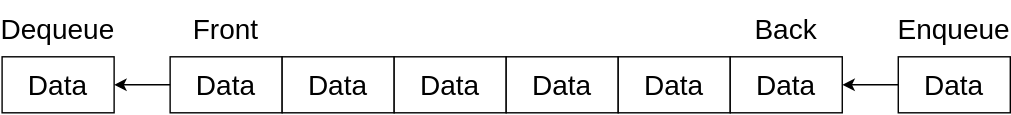
Above: Diagrams/Abstract_Data-Types/Queue.svg in DominicSieli/Computer-Science (draw.io), before the change. Source tidied: cells renumbered, new cells last; positions are measured from the earlier drawing's top-left corner, leaving out a move shared by most shapes.
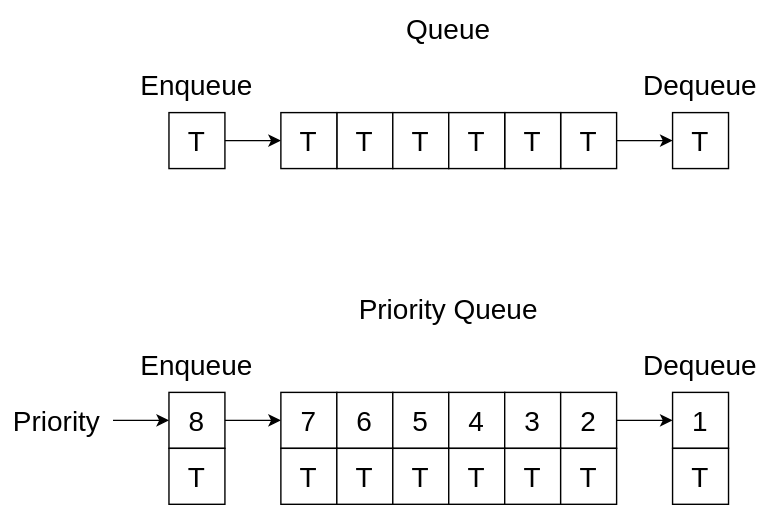
The same diagram one commit later.

The edit, as a diff of the source:
```diff
@@ -2,47 +2,115 @@
   <root>
     <mxCell id="0" />
     <mxCell id="1" parent="0" />
-    <mxCell id="2" value="&lt;font style=&quot;font-size: 20px&quot;&gt;Data&lt;/font&gt;" style="rounded=0;whiteSpace=wrap;html=1;" parent="1" vertex="1">
-      <mxGeometry x="120" y="40" width="80" height="40" as="geometry" />
+    <mxCell id="2" value="&lt;font style=&quot;font-size: 20px&quot;&gt;T&lt;/font&gt;" style="rounded=0;whiteSpace=wrap;html=1;" parent="1" vertex="1">
+      <mxGeometry x="400" y="640" width="40" height="40" as="geometry" />
     </mxCell>
-    <mxCell id="3" value="&lt;font style=&quot;font-size: 20px&quot;&gt;Data&lt;/font&gt;" style="rounded=0;whiteSpace=wrap;html=1;" parent="1" vertex="1">
-      <mxGeometry x="200" y="40" width="80" height="40" as="geometry" />
+    <mxCell id="3" value="&lt;font style=&quot;font-size: 20px&quot;&gt;T&lt;/font&gt;" style="rounded=0;whiteSpace=wrap;html=1;" parent="1" vertex="1">
+      <mxGeometry x="360" y="640" width="40" height="40" as="geometry" />
     </mxCell>
-    <mxCell id="4" value="&lt;font style=&quot;font-size: 20px&quot;&gt;Data&lt;/font&gt;" style="rounded=0;whiteSpace=wrap;html=1;" parent="1" vertex="1">
-      <mxGeometry x="280" y="40" width="80" height="40" as="geometry" />
+    <mxCell id="4" value="&lt;font style=&quot;font-size: 20px&quot;&gt;T&lt;/font&gt;" style="rounded=0;whiteSpace=wrap;html=1;" parent="1" vertex="1">
+      <mxGeometry x="240" y="640" width="40" height="40" as="geometry" />
     </mxCell>
-    <mxCell id="5" value="&lt;font style=&quot;font-size: 20px&quot;&gt;Data&lt;/font&gt;" style="rounded=0;whiteSpace=wrap;html=1;" parent="1" vertex="1">
-      <mxGeometry x="360" y="40" width="80" height="40" as="geometry" />
+    <mxCell id="5" value="&lt;font style=&quot;font-size: 20px&quot;&gt;T&lt;/font&gt;" style="rounded=0;whiteSpace=wrap;html=1;" parent="1" vertex="1">
+      <mxGeometry x="280" y="640" width="40" height="40" as="geometry" />
     </mxCell>
-    <mxCell id="6" value="&lt;font style=&quot;font-size: 20px&quot;&gt;Data&lt;/font&gt;" style="rounded=0;whiteSpace=wrap;html=1;" parent="1" vertex="1">
-      <mxGeometry x="440" y="40" width="80" height="40" as="geometry" />
+    <mxCell id="6" value="&lt;font style=&quot;font-size: 20px&quot;&gt;T&lt;/font&gt;" style="rounded=0;whiteSpace=wrap;html=1;" parent="1" vertex="1">
+      <mxGeometry x="320" y="640" width="40" height="40" as="geometry" />
     </mxCell>
-    <mxCell id="7" value="&lt;font style=&quot;font-size: 20px&quot;&gt;Data&lt;/font&gt;" style="rounded=0;whiteSpace=wrap;html=1;" parent="1" vertex="1">
-      <mxGeometry x="520" y="40" width="80" height="40" as="geometry" />
+    <mxCell id="7" value="&lt;font style=&quot;font-size: 20px&quot;&gt;T&lt;/font&gt;" style="rounded=0;whiteSpace=wrap;html=1;" parent="1" vertex="1">
+      <mxGeometry x="200" y="640" width="40" height="40" as="geometry" />
     </mxCell>
-    <mxCell id="8" value="&lt;font style=&quot;font-size: 20px&quot;&gt;Data&lt;/font&gt;" style="rounded=0;whiteSpace=wrap;html=1;" parent="1" vertex="1">
-      <mxGeometry y="40" width="80" height="40" as="geometry" />
+    <mxCell id="8" value="&lt;font style=&quot;font-size: 20px&quot;&gt;T&lt;/font&gt;" style="rounded=0;whiteSpace=wrap;html=1;" parent="1" vertex="1">
+      <mxGeometry x="120" y="640" width="40" height="40" as="geometry" />
     </mxCell>
-    <mxCell id="9" value="&lt;font style=&quot;font-size: 20px&quot;&gt;Data&lt;/font&gt;" style="rounded=0;whiteSpace=wrap;html=1;" parent="1" vertex="1">
-      <mxGeometry x="640" y="40" width="80" height="40" as="geometry" />
+    <mxCell id="9" value="&lt;font style=&quot;font-size: 20px&quot;&gt;T&lt;/font&gt;" style="rounded=0;whiteSpace=wrap;html=1;" parent="1" vertex="1">
+      <mxGeometry x="480" y="640" width="40" height="40" as="geometry" />
     </mxCell>
-    <mxCell id="10" style="endArrow=classic;html=1;exitX=0;exitY=0.5;exitDx=0;exitDy=0;entryX=1;entryY=0.5;entryDx=0;entryDy=0;" parent="1" edge="1" source="9" target="7">
+    <mxCell id="10" style="endArrow=classic;html=1;exitX=1;exitY=0.5;exitDx=0;exitDy=0;entryX=0;entryY=0.5;entryDx=0;entryDy=0;" parent="1" edge="1" source="2" target="9">
       <mxGeometry relative="1" as="geometry" />
     </mxCell>
-    <mxCell id="11" style="endArrow=classic;html=1;entryX=1;entryY=0.5;entryDx=0;entryDy=0;exitX=0;exitY=0.5;exitDx=0;exitDy=0;" parent="1" edge="1" source="2" target="8">
+    <mxCell id="11" style="endArrow=classic;html=1;exitX=1;exitY=0.5;exitDx=0;exitDy=0;entryX=0;entryY=0.5;entryDx=0;entryDy=0;" parent="1" edge="1" source="8" target="7">
       <mxGeometry relative="1" as="geometry" />
     </mxCell>
-    <mxCell id="12" value="&lt;font style=&quot;font-size: 20px&quot;&gt;Back&lt;/font&gt;" style="text;html=1;strokeColor=none;fillColor=none;align=center;verticalAlign=middle;whiteSpace=wrap;rounded=0;" parent="1" vertex="1">
-      <mxGeometry x="520" width="80" height="40" as="geometry" />
-    </mxCell>
-    <mxCell id="13" value="&lt;font style=&quot;font-size: 20px&quot;&gt;Front&lt;/font&gt;" style="text;html=1;strokeColor=none;fillColor=none;align=center;verticalAlign=middle;whiteSpace=wrap;rounded=0;" parent="1" vertex="1">
-      <mxGeometry x="120" width="80" height="40" as="geometry" />
-    </mxCell>
     <mxCell id="14" value="&lt;font style=&quot;font-size: 20px&quot;&gt;Enqueue&lt;/font&gt;" style="text;html=1;strokeColor=none;fillColor=none;align=center;verticalAlign=middle;whiteSpace=wrap;rounded=0;" parent="1" vertex="1">
-      <mxGeometry x="640" width="80" height="40" as="geometry" />
+      <mxGeometry x="100" y="600" width="80" height="40" as="geometry" />
     </mxCell>
     <mxCell id="15" value="&lt;font style=&quot;font-size: 20px&quot;&gt;Dequeue&lt;/font&gt;" style="text;html=1;strokeColor=none;fillColor=none;align=center;verticalAlign=middle;whiteSpace=wrap;rounded=0;" parent="1" vertex="1">
-      <mxGeometry width="80" height="40" as="geometry" />
+      <mxGeometry x="460" y="600" width="80" height="40" as="geometry" />
     </mxCell>
+    <mxCell id="16" value="&lt;font style=&quot;font-size: 20px&quot;&gt;7&lt;/font&gt;" style="rounded=0;whiteSpace=wrap;html=1;" parent="1" vertex="1">
+      <mxGeometry x="200" y="840" width="40" height="40" as="geometry" />
+    </mxCell>
+    <mxCell id="17" value="&lt;font style=&quot;font-size: 20px&quot;&gt;6&lt;/font&gt;" style="rounded=0;whiteSpace=wrap;html=1;" parent="1" vertex="1">
+      <mxGeometry x="240" y="840" width="40" height="40" as="geometry" />
+    </mxCell>
+    <mxCell id="18" value="&lt;font style=&quot;font-size: 20px&quot;&gt;5&lt;/font&gt;" style="rounded=0;whiteSpace=wrap;html=1;" parent="1" vertex="1">
+      <mxGeometry x="280" y="840" width="40" height="40" as="geometry" />
+    </mxCell>
+    <mxCell id="19" value="&lt;font style=&quot;font-size: 20px&quot;&gt;4&lt;/font&gt;" style="rounded=0;whiteSpace=wrap;html=1;" parent="1" vertex="1">
+      <mxGeometry x="320" y="840" width="40" height="40" as="geometry" />
+    </mxCell>
+    <mxCell id="20" value="&lt;font style=&quot;font-size: 20px&quot;&gt;3&lt;/font&gt;" style="rounded=0;whiteSpace=wrap;html=1;" parent="1" vertex="1">
+      <mxGeometry x="360" y="840" width="40" height="40" as="geometry" />
+    </mxCell>
+    <mxCell id="21" value="&lt;font style=&quot;font-size: 20px&quot;&gt;2&lt;/font&gt;" style="rounded=0;whiteSpace=wrap;html=1;" parent="1" vertex="1">
+      <mxGeometry x="400" y="840" width="40" height="40" as="geometry" />
+    </mxCell>
+    <mxCell id="22" value="&lt;font style=&quot;font-size: 20px&quot;&gt;8&lt;/font&gt;" style="rounded=0;whiteSpace=wrap;html=1;" parent="1" vertex="1">
+      <mxGeometry x="120" y="840" width="40" height="40" as="geometry" />
+    </mxCell>
+    <mxCell id="23" value="&lt;font style=&quot;font-size: 20px&quot;&gt;1&lt;br&gt;&lt;/font&gt;" style="rounded=0;whiteSpace=wrap;html=1;" parent="1" vertex="1">
+      <mxGeometry x="480" y="840" width="40" height="40" as="geometry" />
+    </mxCell>
+    <mxCell id="24" style="endArrow=classic;html=1;entryX=0;entryY=0.5;entryDx=0;entryDy=0;exitX=1;exitY=0.5;exitDx=0;exitDy=0;" parent="1" edge="1" source="21" target="23">
+      <mxGeometry relative="1" as="geometry" />
+    </mxCell>
+    <mxCell id="25" style="endArrow=classic;html=1;entryX=0;entryY=0.5;entryDx=0;entryDy=0;exitX=1;exitY=0.5;exitDx=0;exitDy=0;" parent="1" edge="1" source="22" target="16">
+      <mxGeometry relative="1" as="geometry" />
+    </mxCell>
+    <mxCell id="26" value="&lt;font style=&quot;font-size: 20px&quot;&gt;Enqueue&lt;/font&gt;" style="text;html=1;strokeColor=none;fillColor=none;align=center;verticalAlign=middle;whiteSpace=wrap;rounded=0;" parent="1" vertex="1">
+      <mxGeometry x="100" y="800" width="80" height="40" as="geometry" />
+    </mxCell>
+    <mxCell id="27" value="&lt;font style=&quot;font-size: 20px&quot;&gt;Dequeue&lt;/font&gt;" style="text;html=1;strokeColor=none;fillColor=none;align=center;verticalAlign=middle;whiteSpace=wrap;rounded=0;" parent="1" vertex="1">
+      <mxGeometry x="460" y="800" width="80" height="40" as="geometry" />
+    </mxCell>
+    <mxCell id="28" value="&lt;font style=&quot;font-size: 20px&quot;&gt;T&lt;/font&gt;" style="rounded=0;whiteSpace=wrap;html=1;" parent="1" vertex="1">
+      <mxGeometry x="120" y="880" width="40" height="40" as="geometry" />
+    </mxCell>
+    <mxCell id="29" value="&lt;font style=&quot;font-size: 20px&quot;&gt;T&lt;/font&gt;" style="rounded=0;whiteSpace=wrap;html=1;" parent="1" vertex="1">
+      <mxGeometry x="200" y="880" width="40" height="40" as="geometry" />
+    </mxCell>
+    <mxCell id="30" value="&lt;font style=&quot;font-size: 20px&quot;&gt;T&lt;/font&gt;" style="rounded=0;whiteSpace=wrap;html=1;" parent="1" vertex="1">
+      <mxGeometry x="240" y="880" width="40" height="40" as="geometry" />
+    </mxCell>
+    <mxCell id="31" value="&lt;font style=&quot;font-size: 20px&quot;&gt;T&lt;/font&gt;" style="rounded=0;whiteSpace=wrap;html=1;" parent="1" vertex="1">
+      <mxGeometry x="280" y="880" width="40" height="40" as="geometry" />
+    </mxCell>
+    <mxCell id="32" value="&lt;font style=&quot;font-size: 20px&quot;&gt;T&lt;/font&gt;" style="rounded=0;whiteSpace=wrap;html=1;" parent="1" vertex="1">
+      <mxGeometry x="320" y="880" width="40" height="40" as="geometry" />
+    </mxCell>
+    <mxCell id="33" value="&lt;font style=&quot;font-size: 20px&quot;&gt;T&lt;/font&gt;" style="rounded=0;whiteSpace=wrap;html=1;" parent="1" vertex="1">
+      <mxGeometry x="360" y="880" width="40" height="40" as="geometry" />
+    </mxCell>
+    <mxCell id="34" value="&lt;font style=&quot;font-size: 20px&quot;&gt;T&lt;/font&gt;" style="rounded=0;whiteSpace=wrap;html=1;" parent="1" vertex="1">
+      <mxGeometry x="400" y="880" width="40" height="40" as="geometry" />
+    </mxCell>
+    <mxCell id="35" value="&lt;font style=&quot;font-size: 20px&quot;&gt;T&lt;/font&gt;" style="rounded=0;whiteSpace=wrap;html=1;" parent="1" vertex="1">
+      <mxGeometry x="480" y="880" width="40" height="40" as="geometry" />
+    </mxCell>
+    <mxCell id="36" value="&lt;font style=&quot;font-size: 20px&quot;&gt;Priority&lt;/font&gt;" style="text;html=1;strokeColor=none;fillColor=none;align=center;verticalAlign=middle;whiteSpace=wrap;rounded=0;" parent="1" vertex="1">
+      <mxGeometry y="840" width="80" height="40" as="geometry" />
+    </mxCell>
+    <mxCell id="37" style="endArrow=classic;html=1;entryX=0;entryY=0.5;entryDx=0;entryDy=0;" parent="1" edge="1" target="22">
+      <mxGeometry relative="1" as="geometry">
+        <mxPoint x="80" y="860" as="sourcePoint" />
+      </mxGeometry>
+    </mxCell>
+    <mxCell id="38" value="&lt;font style=&quot;font-size: 20px&quot;&gt;Priority Queue&lt;/font&gt;" style="text;html=1;strokeColor=none;fillColor=none;align=center;verticalAlign=middle;whiteSpace=wrap;rounded=0;" parent="1" vertex="1">
+      <mxGeometry x="240" y="760" width="160" height="40" as="geometry" />
+    </mxCell>
+    <mxCell id="39" value="&lt;font style=&quot;font-size: 20px&quot;&gt;Queue&lt;/font&gt;" style="text;html=1;strokeColor=none;fillColor=none;align=center;verticalAlign=middle;whiteSpace=wrap;rounded=0;" parent="1" vertex="1">
+      <mxGeometry x="240" y="560" width="160" height="40" as="geometry" />
+    </mxCell>
   </root>
 </mxGraphModel>
```
